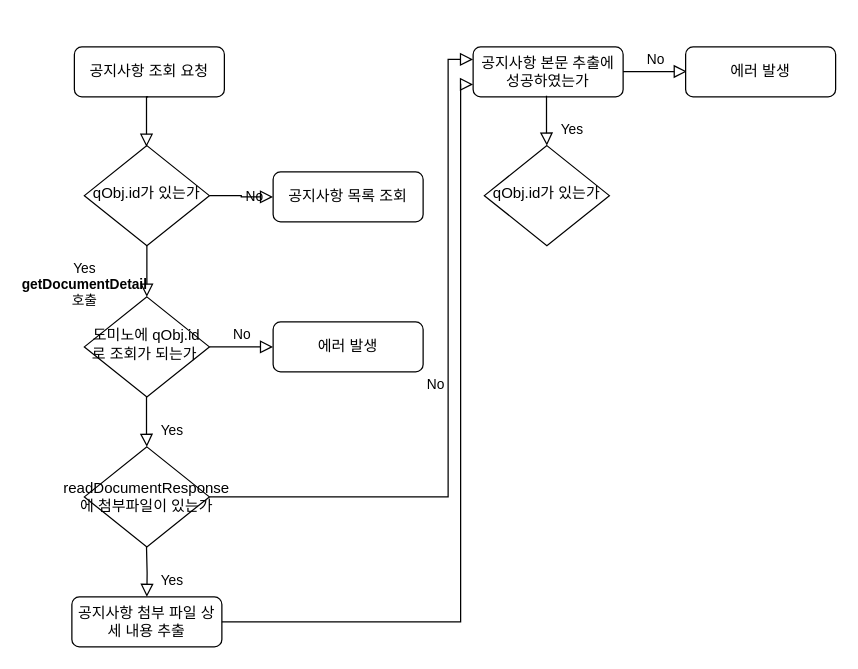
This is 제목 없는 다이어그램.drawio from HeoJeongJu/flow, a draw.io file, before an edit. Source tidied: cells renumbered, new cells numbered last; positions are measured from the earlier drawing's top-left corner, leaving out a move shared by most shapes. Both pictures are drawn from the tidied source at 125%, with x=0, y=0 at pixel (71, 46).
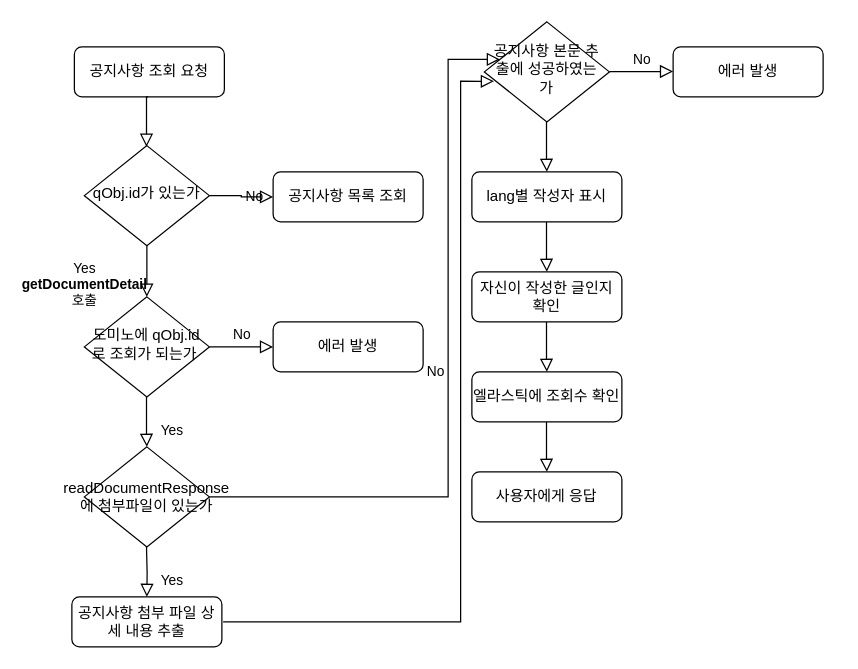
Above is the later version.

Commit message (it also covers changes not shown here):
제목 없는 다이어그램.drawio 업데이트

The edit, as a diff of the source:
```diff
@@
-    <mxCell id="15" value="No" style="edgeStyle=orthogonalEdgeStyle;rounded=0;html=1;jettySize=auto;fontSize=11;endArrow=block;endFill=0;endSize=8;strokeWidth=1;shadow=0;labelBackgroundColor=none;" parent="1" edge="1" target="16">
+    <mxCell id="15" value="No" style="edgeStyle=orthogonalEdgeStyle;rounded=0;html=1;jettySize=auto;fontSize=11;endArrow=block;endFill=0;endSize=8;strokeWidth=1;shadow=0;labelBackgroundColor=none;" parent="1" edge="1" target="18">
       <mxGeometry y="10" relative="1" as="geometry">
         <mxPoint x="110" y="360" as="sourcePoint" />
         <Array as="points">
           <mxPoint x="301" y="360" />
           <mxPoint x="301" y="10" />
         </Array>
       </mxGeometry>
     </mxCell>
-    <mxCell id="16" value="공지사항 본문 추출에 성공하였는가" style="rounded=1;whiteSpace=wrap;html=1;fontSize=12;glass=0;strokeWidth=1;shadow=0;" parent="1" vertex="1">
-      <mxGeometry x="321" width="120" height="40" as="geometry" />
-    </mxCell>
-    <mxCell id="17" style="edgeStyle=orthogonalEdgeStyle;rounded=0;html=1;jettySize=auto;orthogonalLoop=1;fontSize=11;endArrow=block;endFill=0;endSize=8;strokeWidth=1;shadow=0;labelBackgroundColor=none;" parent="1" edge="1">
+    <mxCell id="17" style="edgeStyle=orthogonalEdgeStyle;rounded=0;html=1;jettySize=auto;fontSize=11;endArrow=block;endFill=0;endSize=8;strokeWidth=1;shadow=0;labelBackgroundColor=none;entryX=0.077;entryY=0.594;entryDx=0;entryDy=0;entryPerimeter=0;" parent="1" edge="1" target="18">
       <mxGeometry y="10" relative="1" as="geometry">
         <mxPoint x="121" y="460" as="sourcePoint" />
-        <mxPoint x="321" y="30" as="targetPoint" />
         <Array as="points">
-          <mxPoint x="120" y="460" />
           <mxPoint x="311" y="460" />
-          <mxPoint x="311" y="30" />
+          <mxPoint x="311" y="28" />
         </Array>
       </mxGeometry>
     </mxCell>
-    <mxCell id="18" value="&lt;p style=&quot;margin-top: 0pt; margin-bottom: 0pt; margin-left: 0in; direction: ltr; unicode-bidi: embed;&quot;&gt;&lt;span style=&quot;font-family: &amp;quot;맑은 고딕&amp;quot;;&quot;&gt;qObj.id&lt;/span&gt;&lt;span style=&quot;font-family: &amp;quot;맑은 고딕&amp;quot;;&quot;&gt;가 있는가&lt;/span&gt;&lt;/p&gt;" style="rhombus;whiteSpace=wrap;html=1;shadow=0;fontFamily=Helvetica;fontSize=12;align=center;strokeWidth=1;spacing=6;spacingTop=-4;" parent="1" vertex="1">
-      <mxGeometry x="330" y="79" width="100" height="80" as="geometry" />
+    <mxCell id="18" value="&lt;p style=&quot;margin-top: 0pt; margin-bottom: 0pt; margin-left: 0in; direction: ltr; unicode-bidi: embed;&quot;&gt;&lt;font face=&quot;맑은 고딕&quot;&gt;공지사항 본문 추출에 성공하였는가&lt;/font&gt;&lt;/p&gt;" style="rhombus;whiteSpace=wrap;html=1;shadow=0;fontFamily=Helvetica;fontSize=12;align=center;strokeWidth=1;spacing=6;spacingTop=-4;" parent="1" vertex="1">
+      <mxGeometry x="330" y="-20" width="100" height="80" as="geometry" />
     </mxCell>
-    <mxCell id="19" value="Yes" style="rounded=0;html=1;jettySize=auto;orthogonalLoop=1;fontSize=11;endArrow=block;endFill=0;endSize=8;strokeWidth=1;shadow=0;labelBackgroundColor=none;edgeStyle=orthogonalEdgeStyle;entryX=0.5;entryY=0;entryDx=0;entryDy=0;" parent="1" edge="1">
+    <mxCell id="19" style="rounded=0;html=1;jettySize=auto;orthogonalLoop=1;fontSize=11;endArrow=block;endFill=0;endSize=8;strokeWidth=1;shadow=0;labelBackgroundColor=none;edgeStyle=orthogonalEdgeStyle;entryX=0.5;entryY=0;entryDx=0;entryDy=0;" parent="1" edge="1">
       <mxGeometry x="0.33" y="20" relative="1" as="geometry">
-        <mxPoint x="379.7" y="39" as="sourcePoint" />
-        <mxPoint x="380" y="79" as="targetPoint" />
+        <mxPoint x="379.7" y="60" as="sourcePoint" />
+        <mxPoint x="380" y="100" as="targetPoint" />
         <Array as="points">
-          <mxPoint x="380" y="69" />
-          <mxPoint x="380" y="69" />
+          <mxPoint x="380" y="90" />
+          <mxPoint x="380" y="90" />
         </Array>
       </mxGeometry>
     </mxCell>
     <mxCell id="20" value="No" style="edgeStyle=orthogonalEdgeStyle;rounded=0;html=1;jettySize=auto;orthogonalLoop=1;fontSize=11;endArrow=block;endFill=0;endSize=8;strokeWidth=1;shadow=0;labelBackgroundColor=none;" parent="1" edge="1">
       <mxGeometry y="10" relative="1" as="geometry">
-        <mxPoint x="441" y="19.7" as="sourcePoint" />
-        <mxPoint x="492" y="19.7" as="targetPoint" />
+        <mxPoint x="430" y="19.7" as="sourcePoint" />
+        <mxPoint x="481" y="19.7" as="targetPoint" />
       </mxGeometry>
     </mxCell>
     <mxCell id="21" value="에러 발생" style="rounded=1;whiteSpace=wrap;html=1;fontSize=12;glass=0;strokeWidth=1;shadow=0;" parent="1" vertex="1">
-      <mxGeometry x="491" width="120" height="40" as="geometry" />
+      <mxGeometry x="481" width="120" height="40" as="geometry" />
     </mxCell>
+    <mxCell id="22" value="&lt;p style=&quot;margin-top: 0pt; margin-bottom: 0pt; margin-left: 0in; direction: ltr; unicode-bidi: embed;&quot;&gt;&lt;font face=&quot;맑은 고딕&quot;&gt;&lt;span style=&quot;font-size: 12px;&quot;&gt;lang별 작성자 표시&lt;/span&gt;&lt;/font&gt;&lt;/p&gt;" style="rounded=1;whiteSpace=wrap;html=1;fontSize=11;glass=0;strokeWidth=1;shadow=0;" parent="1" vertex="1">
+      <mxGeometry x="320" y="100" width="120" height="40" as="geometry" />
+    </mxCell>
+    <mxCell id="23" style="rounded=0;html=1;jettySize=auto;orthogonalLoop=1;fontSize=11;endArrow=block;endFill=0;endSize=8;strokeWidth=1;shadow=0;labelBackgroundColor=none;edgeStyle=orthogonalEdgeStyle;entryX=0.5;entryY=0;entryDx=0;entryDy=0;" parent="1" edge="1">
+      <mxGeometry x="0.33" y="20" relative="1" as="geometry">
+        <mxPoint x="379.7" y="140" as="sourcePoint" />
+        <mxPoint x="380" y="180" as="targetPoint" />
+        <Array as="points">
+          <mxPoint x="380" y="170" />
+          <mxPoint x="380" y="170" />
+        </Array>
+      </mxGeometry>
+    </mxCell>
+    <mxCell id="24" value="&lt;p style=&quot;margin-top: 0pt; margin-bottom: 0pt; margin-left: 0in; direction: ltr; unicode-bidi: embed;&quot;&gt;&lt;font face=&quot;맑은 고딕&quot;&gt;&lt;span style=&quot;font-size: 12px;&quot;&gt;자신이 작성한 글인지 확인&lt;/span&gt;&lt;/font&gt;&lt;/p&gt;" style="rounded=1;whiteSpace=wrap;html=1;fontSize=11;glass=0;strokeWidth=1;shadow=0;" parent="1" vertex="1">
+      <mxGeometry x="320" y="180" width="120" height="40" as="geometry" />
+    </mxCell>
+    <mxCell id="25" value="&lt;p style=&quot;margin-top: 0pt; margin-bottom: 0pt; margin-left: 0in; direction: ltr; unicode-bidi: embed;&quot;&gt;&lt;font face=&quot;맑은 고딕&quot;&gt;&lt;span style=&quot;font-size: 12px;&quot;&gt;엘라스틱에 조회수 확인&lt;/span&gt;&lt;/font&gt;&lt;/p&gt;" style="rounded=1;whiteSpace=wrap;html=1;fontSize=11;glass=0;strokeWidth=1;shadow=0;" parent="1" vertex="1">
+      <mxGeometry x="320" y="260" width="120" height="40" as="geometry" />
+    </mxCell>
+    <mxCell id="26" style="rounded=0;html=1;jettySize=auto;orthogonalLoop=1;fontSize=11;endArrow=block;endFill=0;endSize=8;strokeWidth=1;shadow=0;labelBackgroundColor=none;edgeStyle=orthogonalEdgeStyle;entryX=0.5;entryY=0;entryDx=0;entryDy=0;" parent="1" edge="1">
+      <mxGeometry x="0.33" y="20" relative="1" as="geometry">
+        <mxPoint x="379.7" y="220" as="sourcePoint" />
+        <mxPoint x="380" y="260" as="targetPoint" />
+        <Array as="points">
+          <mxPoint x="380" y="250" />
+          <mxPoint x="380" y="250" />
+        </Array>
+      </mxGeometry>
+    </mxCell>
+    <mxCell id="27" value="&lt;p style=&quot;margin-top: 0pt; margin-bottom: 0pt; margin-left: 0in; direction: ltr; unicode-bidi: embed;&quot;&gt;&lt;font face=&quot;맑은 고딕&quot;&gt;&lt;span style=&quot;font-size: 12px;&quot;&gt;사용자에게 응답&lt;/span&gt;&lt;/font&gt;&lt;/p&gt;" style="rounded=1;whiteSpace=wrap;html=1;fontSize=11;glass=0;strokeWidth=1;shadow=0;" parent="1" vertex="1">
+      <mxGeometry x="320" y="340" width="120" height="40" as="geometry" />
+    </mxCell>
+    <mxCell id="28" style="rounded=0;html=1;jettySize=auto;orthogonalLoop=1;fontSize=11;endArrow=block;endFill=0;endSize=8;strokeWidth=1;shadow=0;labelBackgroundColor=none;edgeStyle=orthogonalEdgeStyle;entryX=0.5;entryY=0;entryDx=0;entryDy=0;" parent="1" edge="1">
+      <mxGeometry x="0.33" y="20" relative="1" as="geometry">
+        <mxPoint x="379.7" y="300" as="sourcePoint" />
+        <mxPoint x="380" y="340" as="targetPoint" />
+        <Array as="points">
+          <mxPoint x="380" y="330" />
+          <mxPoint x="380" y="330" />
+        </Array>
+      </mxGeometry>
+    </mxCell>
```
